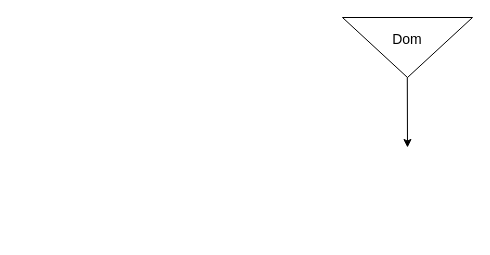
Earlier version of the draw.io diagram UMLetDraw.drawio (Yaozongbin0828/UMLetDraw). Source tidied: cells renumbered, new cells numbered last; positions are measured from the earlier drawing's top-left corner, leaving out a move shared by most shapes. Both pictures are drawn from the tidied source at 100%, with x=0, y=0 at pixel (377, -18).
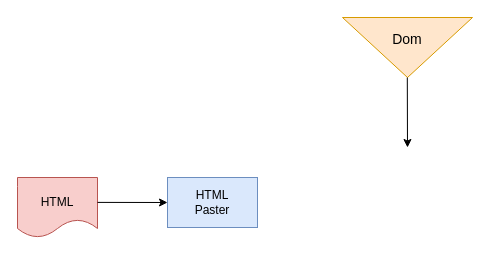
The same page after the edit.

Diff of the diagram source:
```diff
@@
 <mxGraphModel>
   <root>
     <mxCell id="0" />
     <mxCell id="1" parent="0" />
-    <mxCell id="2" style="triangle;whiteSpace=wrap;html=1;rotation=90;" parent="1" vertex="1">
+    <mxCell id="2" style="triangle;whiteSpace=wrap;html=1;rotation=90;fillColor=#ffe6cc;strokeColor=#d79b00;" parent="1" vertex="1">
       <mxGeometry width="60" height="130" as="geometry" />
     </mxCell>
     <mxCell id="3" value="&lt;font style=&quot;font-size: 14px;&quot;&gt;Dom&lt;/font&gt;&lt;div style=&quot;font-size: 14px;&quot;&gt;&lt;br&gt;&lt;/div&gt;" style="text;html=1;align=center;verticalAlign=middle;whiteSpace=wrap;rounded=0;" parent="1" vertex="1">
       <mxGeometry y="50" width="60" height="30" as="geometry" />
     </mxCell>
     <mxCell id="4" style="endArrow=classic;html=1;rounded=0;" parent="1" edge="1">
       <mxGeometry relative="1" as="geometry">
         <mxPoint x="29.8" y="95" as="sourcePoint" />
         <mxPoint x="30" y="165" as="targetPoint" />
       </mxGeometry>
     </mxCell>
+    <mxCell id="5" style="shape=document;whiteSpace=wrap;html=1;boundedLbl=1;fillColor=#f8cecc;strokeColor=#b85450;" parent="1" vertex="1">
+      <mxGeometry x="-360" y="195" width="80" height="60" as="geometry" />
+    </mxCell>
+    <mxCell id="6" value="HTML" style="text;html=1;align=center;verticalAlign=middle;whiteSpace=wrap;rounded=0;" parent="1" vertex="1">
+      <mxGeometry x="-350" y="205" width="60" height="30" as="geometry" />
+    </mxCell>
+    <mxCell id="7" value="HTML&lt;div&gt;Paster&lt;/div&gt;" style="rounded=0;whiteSpace=wrap;html=1;fillColor=#dae8fc;strokeColor=#6c8ebf;" parent="1" vertex="1">
+      <mxGeometry x="-210" y="195" width="90" height="50" as="geometry" />
+    </mxCell>
+    <mxCell id="8" style="endArrow=classic;html=1;rounded=0;entryX=0;entryY=0.5;entryDx=0;entryDy=0;" parent="1" edge="1" target="7">
+      <mxGeometry relative="1" as="geometry">
+        <mxPoint x="-280" y="219.9" as="sourcePoint" />
+      </mxGeometry>
+    </mxCell>
   </root>
 </mxGraphModel>
```
